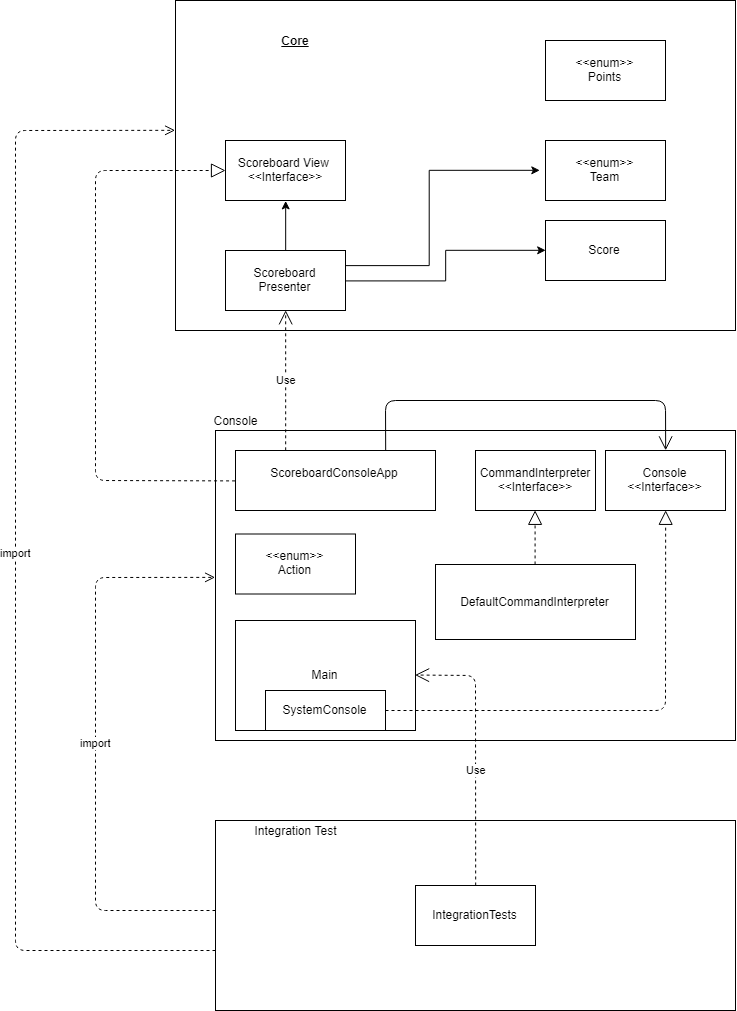
Above: docs/architecture.png in jlink-workshop/scoreboard (draw.io), before the change. Source tidied: cells renumbered, new cells last; positions are measured from the earlier drawing's top-left corner, leaving out a move shared by most shapes.
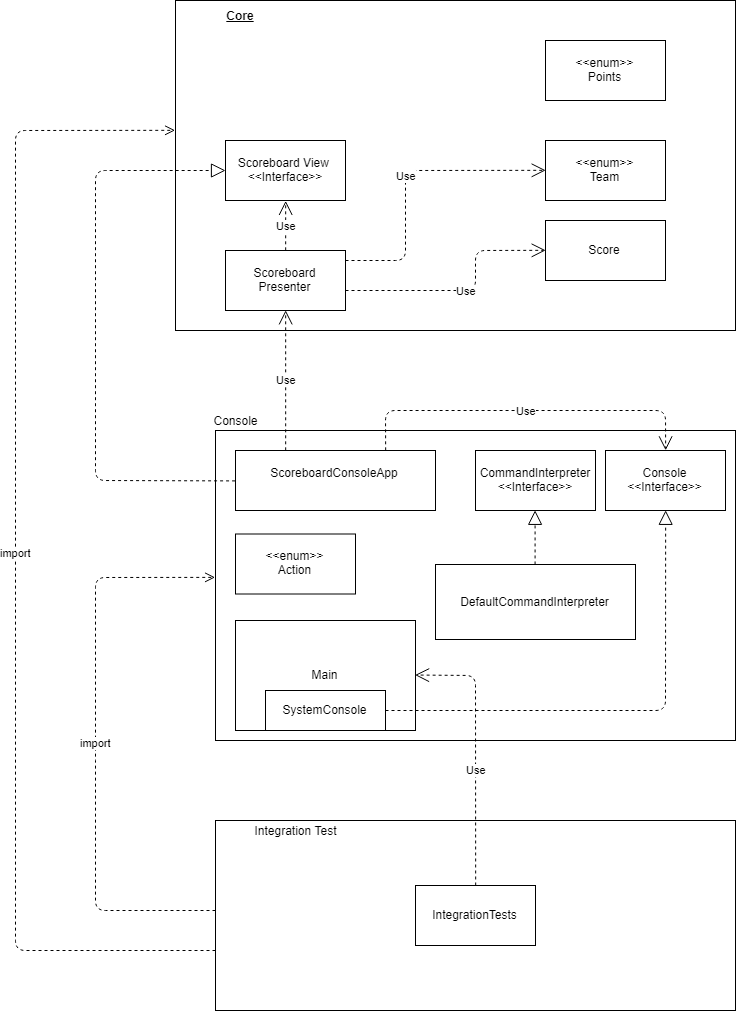
The same diagram one commit later.

Commit message:
Story #14: Minute corrections.

What changed in the source:
```diff
@@ -6,7 +6,7 @@
       <mxGeometry x="160" width="560" height="330" as="geometry" />
     </mxCell>
     <mxCell id="3" value="&lt;b&gt;&lt;u&gt;Core&lt;br&gt;&lt;/u&gt;&lt;/b&gt;" style="text;html=1;strokeColor=none;fillColor=none;align=center;verticalAlign=middle;whiteSpace=wrap;rounded=0;" parent="1" vertex="1">
-      <mxGeometry x="170" y="10" width="220" height="60" as="geometry" />
+      <mxGeometry x="160" width="130" height="30" as="geometry" />
     </mxCell>
     <mxCell id="4" style="rounded=0;whiteSpace=wrap;html=1;" parent="1" vertex="1">
       <mxGeometry x="200" y="430" width="520" height="310" as="geometry" />
@@ -23,21 +23,6 @@
     <mxCell id="8" value="Score" style="rounded=0;whiteSpace=wrap;html=1;" parent="1" vertex="1">
       <mxGeometry x="530" y="220" width="120" height="60" as="geometry" />
     </mxCell>
-    <mxCell id="9" style="edgeStyle=orthogonalEdgeStyle;rounded=0;jettySize=auto;html=1;exitX=1;exitY=0.5;exitDx=0;exitDy=0;entryX=0;entryY=0.5;entryDx=0;entryDy=0;" parent="1" edge="1" source="12" target="8">
-      <mxGeometry relative="1" as="geometry" />
-    </mxCell>
-    <mxCell id="10" style="edgeStyle=orthogonalEdgeStyle;rounded=0;jettySize=auto;html=1;exitX=1;exitY=0.25;exitDx=0;exitDy=0;entryX=0;entryY=0.5;entryDx=0;entryDy=0;" parent="1" edge="1" source="12">
-      <mxGeometry relative="1" as="geometry">
-        <mxPoint x="524.2" y="169.8" as="targetPoint" />
-        <Array as="points">
-          <mxPoint x="414" y="265" />
-          <mxPoint x="414" y="170" />
-        </Array>
-      </mxGeometry>
-    </mxCell>
-    <mxCell id="11" style="edgeStyle=orthogonalEdgeStyle;rounded=0;jettySize=auto;html=1;exitX=0.5;exitY=0;exitDx=0;exitDy=0;entryX=0.5;entryY=1;entryDx=0;entryDy=0;" parent="1" edge="1" source="12" target="6">
-      <mxGeometry relative="1" as="geometry" />
-    </mxCell>
     <mxCell id="12" value="Scoreboard Presenter" style="rounded=0;whiteSpace=wrap;html=1;" parent="1" vertex="1">
       <mxGeometry x="210" y="250" width="120" height="60" as="geometry" />
     </mxCell>
@@ -124,13 +109,34 @@
         </Array>
       </mxGeometry>
     </mxCell>
+    <mxCell id="32" value="Use" style="endArrow=open;endSize=12;dashed=1;html=1;entryX=0;entryY=0.5;entryDx=0;entryDy=0;" parent="1" edge="1" target="7">
+      <mxGeometry relative="1" as="geometry">
+        <mxPoint x="330" y="260" as="sourcePoint" />
+        <Array as="points">
+          <mxPoint x="390" y="260" />
+          <mxPoint x="390" y="170" />
+        </Array>
+      </mxGeometry>
+    </mxCell>
+    <mxCell id="33" value="Use" style="endArrow=open;endSize=12;dashed=1;html=1;entryX=0;entryY=0.5;entryDx=0;entryDy=0;" parent="1" edge="1" target="8">
+      <mxGeometry relative="1" as="geometry">
+        <mxPoint x="330" y="290" as="sourcePoint" />
+        <Array as="points">
+          <mxPoint x="460" y="290" />
+          <mxPoint x="460" y="250" />
+        </Array>
+      </mxGeometry>
+    </mxCell>
-    <mxCell id="31" style="endArrow=open;endFill=1;endSize=12;html=1;entryX=0.5;entryY=0;entryDx=0;entryDy=0;exitX=0.75;exitY=0;exitDx=0;exitDy=0;" parent="1" edge="1" source="13" target="15">
+    <mxCell id="31" value="Use" style="endArrow=open;endSize=12;dashed=1;html=1;exitX=0.75;exitY=0;exitDx=0;exitDy=0;entryX=0.5;entryY=0;entryDx=0;entryDy=0;" parent="1" edge="1" source="13" target="15">
       <mxGeometry relative="1" as="geometry">
         <Array as="points">
-          <mxPoint x="370" y="400" />
-          <mxPoint x="650" y="400" />
+          <mxPoint x="370" y="410" />
+          <mxPoint x="650" y="410" />
         </Array>
       </mxGeometry>
     </mxCell>
+    <mxCell id="11" value="Use" style="endArrow=open;endSize=12;dashed=1;html=1;exitX=0.5;exitY=0;exitDx=0;exitDy=0;entryX=0.5;entryY=1;entryDx=0;entryDy=0;" parent="1" edge="1" source="12" target="6">
+      <mxGeometry relative="1" as="geometry" />
+    </mxCell>
   </root>
 </mxGraphModel>
```
